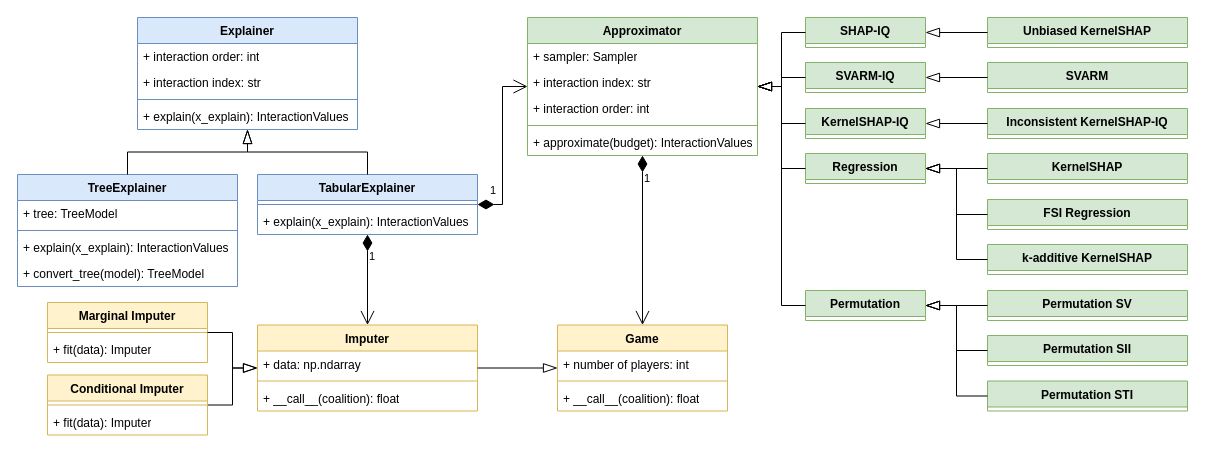
The draw.io diagram illustration_sources/uml_shapiq.drawio in FabianK-Dev/shapiq, before the edit. Source tidied: cells renumbered, new cells numbered last; positions are measured from the earlier drawing's top-left corner, leaving out a move shared by most shapes. Both pictures are drawn from the tidied source at 100%, with x=0, y=0 at pixel (17, 17).
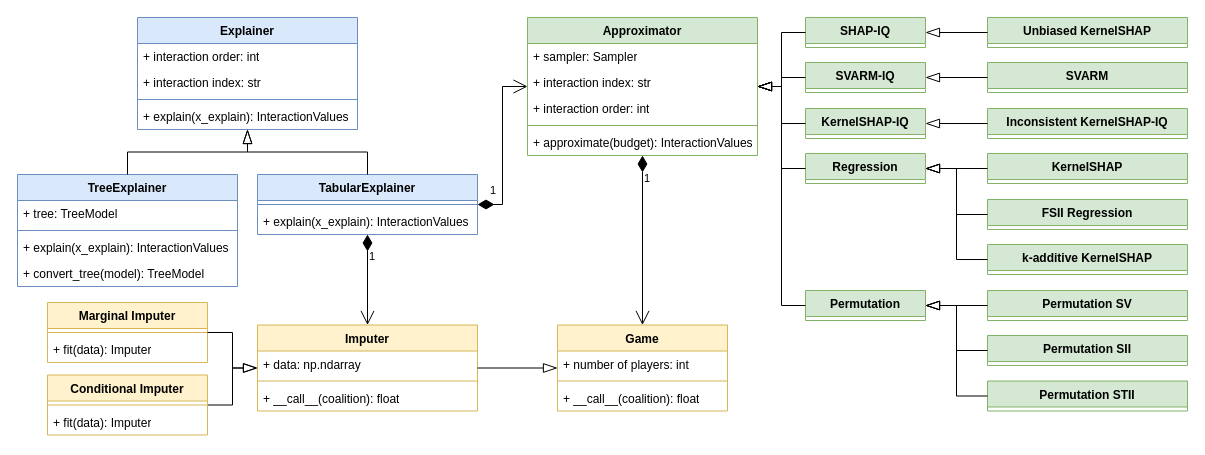
After the change.

The edit, as a diff of the source:
```diff
@@
-    <mxCell id="21" value="FSI Regression" style="swimlane;fontStyle=1;align=center;verticalAlign=top;horizontal=1;startSize=26;whiteSpace=wrap;html=1;fillColor=#d5e8d4;strokeColor=#82b366;" parent="1" vertex="1" collapsed="1">
+    <mxCell id="21" value="FSII Regression" style="swimlane;fontStyle=1;align=center;verticalAlign=top;horizontal=1;startSize=26;whiteSpace=wrap;html=1;fillColor=#d5e8d4;strokeColor=#82b366;" parent="1" vertex="1" collapsed="1">
       <mxGeometry x="970" y="182" width="200" height="30" as="geometry" />
     </mxCell>
@@
-    <mxCell id="29" value="Permutation STI" style="swimlane;fontStyle=1;align=center;verticalAlign=top;horizontal=1;startSize=26;whiteSpace=wrap;html=1;fillColor=#d5e8d4;strokeColor=#82b366;" parent="1" vertex="1" collapsed="1">
+    <mxCell id="29" value="Permutation STII" style="swimlane;fontStyle=1;align=center;verticalAlign=top;horizontal=1;startSize=26;whiteSpace=wrap;html=1;fillColor=#d5e8d4;strokeColor=#82b366;" parent="1" vertex="1" collapsed="1">
       <mxGeometry x="970" y="363.5" width="200" height="30" as="geometry" />
     </mxCell>
```
